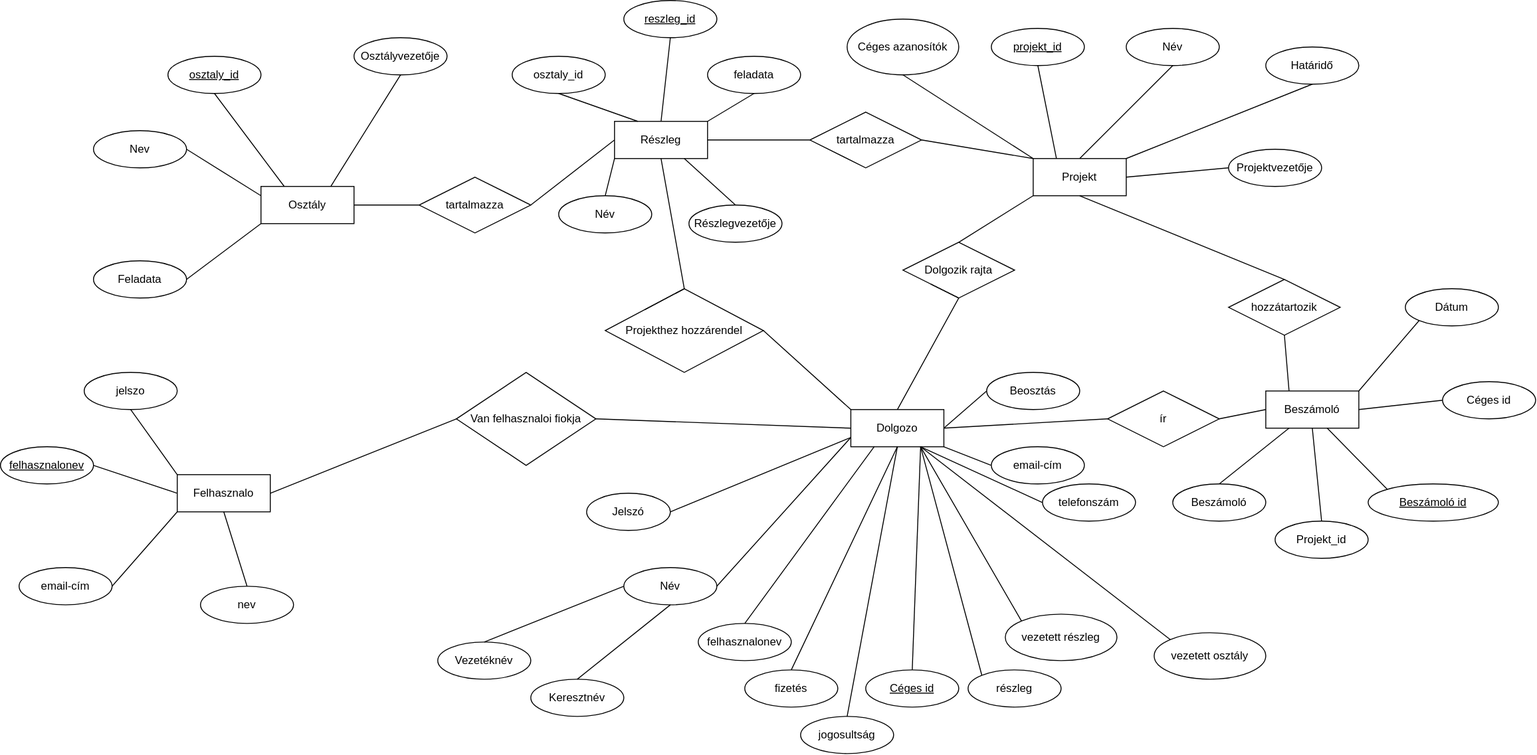
The draw.io diagram adatb.drawio.svg in Alfonz33/adatbazis-projektmunka, before a commit. Source tidied: cells renumbered, new cells last; positions are measured from the earlier drawing's top-left corner, leaving out a move shared by most shapes.
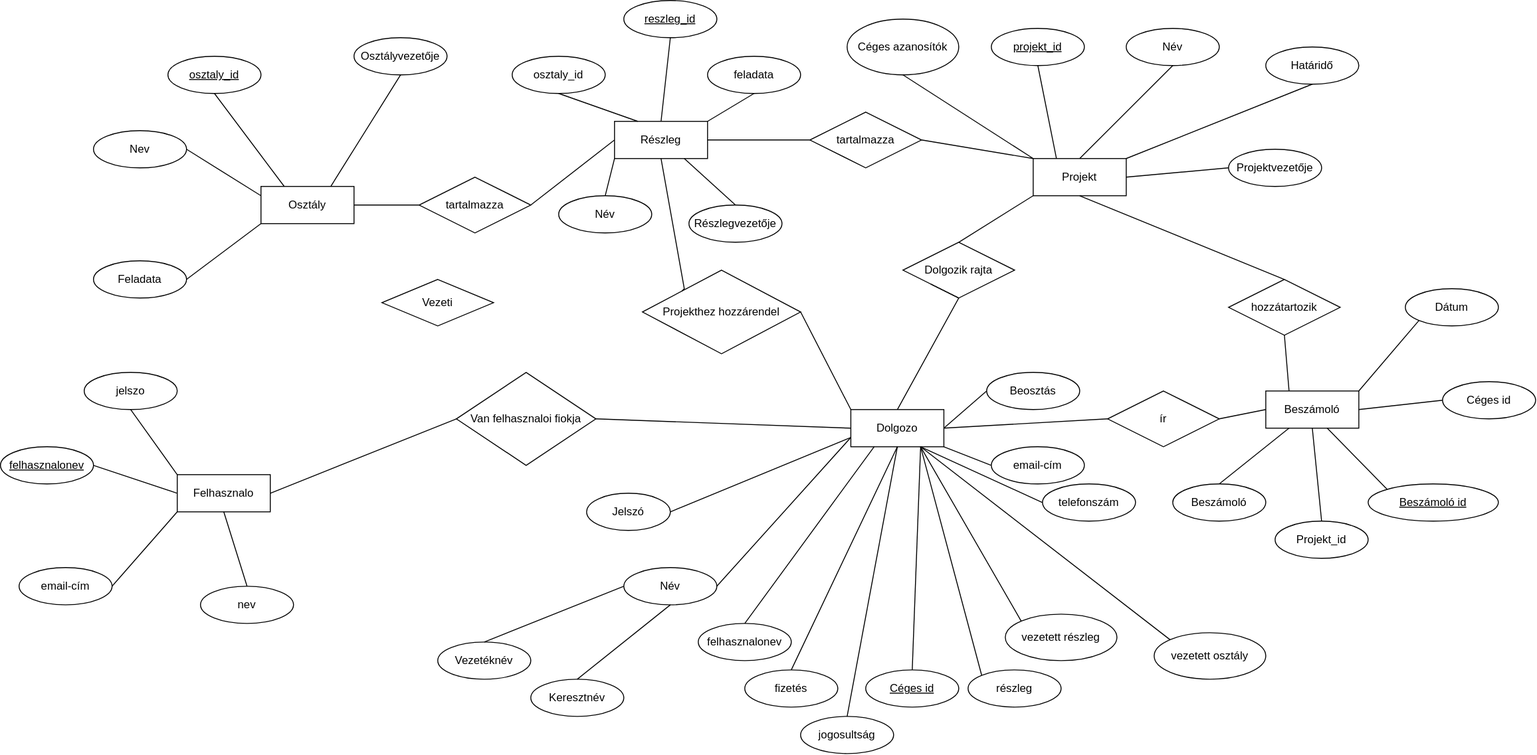
Later version of the same file.

Diff of the diagram source:
```diff
@@ -286,7 +286,7 @@
       <mxGeometry x="1065" y="480" width="100" height="40" as="geometry" />
     </mxCell>
     <mxCell id="95" value="Projekthez hozzárendel" style="shape=rhombus;perimeter=rhombusPerimeter;whiteSpace=wrap;html=1;align=center;" parent="1" vertex="1">
-      <mxGeometry x="650" y="310" width="170" height="90" as="geometry" />
+      <mxGeometry x="690" y="290" width="170" height="90" as="geometry" />
     </mxCell>
     <mxCell id="96" style="endArrow=none;html=1;rounded=0;exitX=0.5;exitY=1;exitDx=0;exitDy=0;entryX=0;entryY=0;entryDx=0;entryDy=0;" parent="1" edge="1" source="7" target="95">
       <mxGeometry relative="1" as="geometry">
@@ -319,5 +319,8 @@
     <mxCell id="104" style="endArrow=none;html=1;rounded=0;exitX=1;exitY=0;exitDx=0;exitDy=0;entryX=0;entryY=1;entryDx=0;entryDy=0;" parent="1" edge="1" source="3" target="103">
       <mxGeometry relative="1" as="geometry" />
     </mxCell>
+    <mxCell id="105" value="Vezeti" style="shape=rhombus;perimeter=rhombusPerimeter;whiteSpace=wrap;html=1;align=center;" parent="1" vertex="1">
+      <mxGeometry x="410" y="300" width="120" height="50" as="geometry" />
+    </mxCell>
   </root>
 </mxGraphModel>
```
